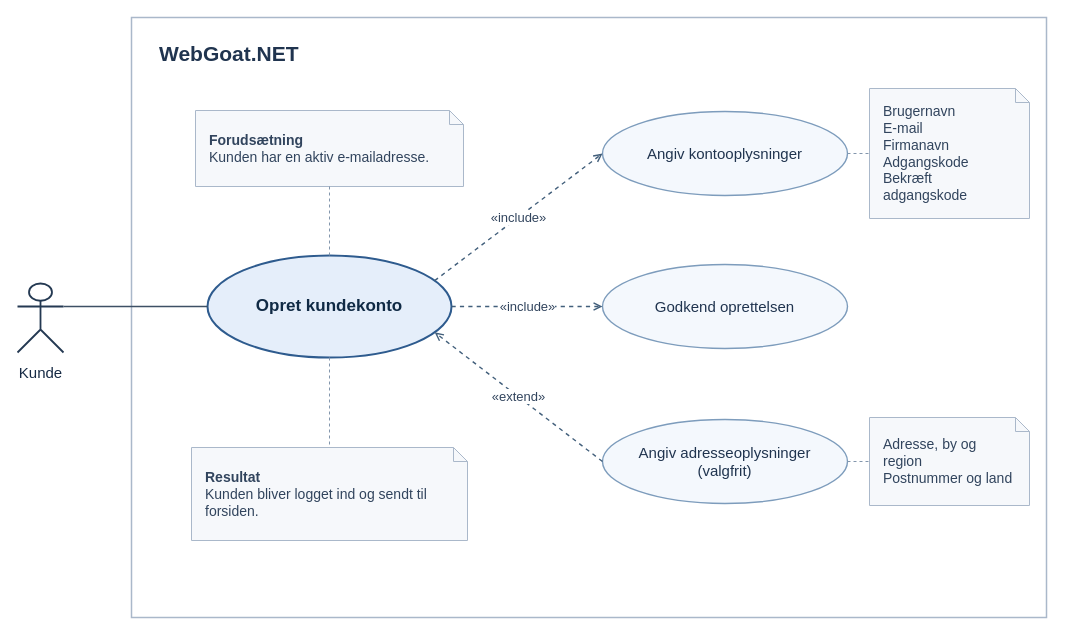
Earlier version of the draw.io diagram dokumenter/Drawio/Oprettelse af kundekonto.drawio (MagnusMadsen/Software_sikkerhed_eksamen). Source tidied: cells renumbered, new cells numbered last; positions are measured from the earlier drawing's top-left corner, leaving out a move shared by most shapes. Both pictures are drawn from the tidied source at 100%, with x=0, y=0 at pixel (17, 17).
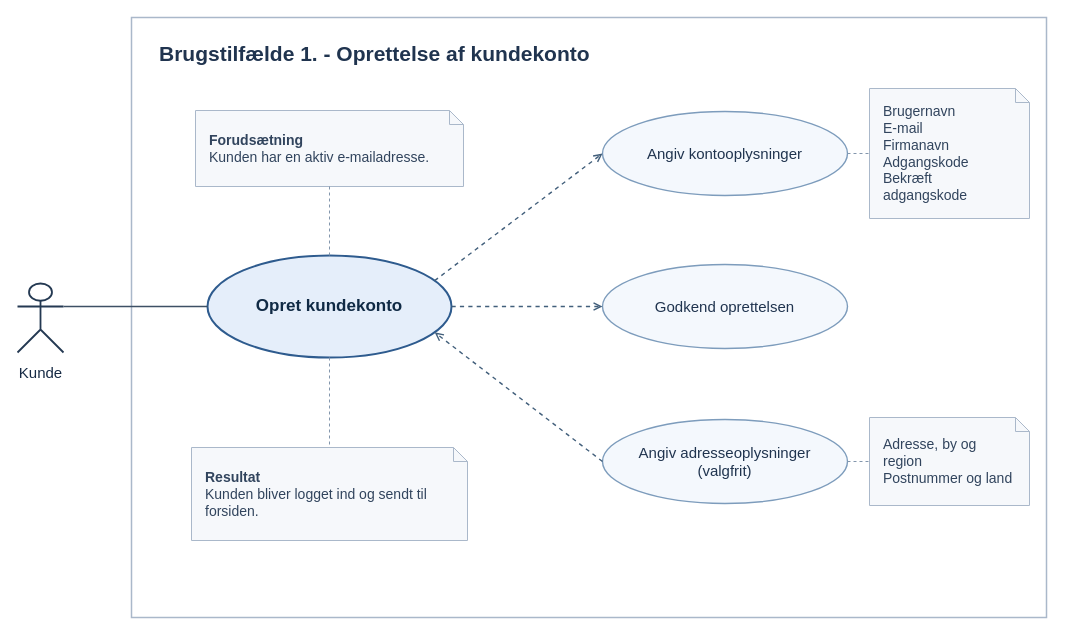
Above is the later version.

Commit message (it also covers changes not shown here):
updatering af drawio brugstilfælde

The change refers to these unchanged cells:
```xml
<mxCell id="5" value="Opret kundekonto" style="ellipse;whiteSpace=wrap;html=1;fillColor=#E5EEFA;strokeColor=#2E5B8E;strokeWidth=2;fontColor=#102A45;fontStyle=1;fontSize=17;" parent="1" vertex="1">
  <mxGeometry x="190" y="238" width="244" height="102" as="geometry" />
</mxCell>
<mxCell id="6" value="Angiv kontooplysninger" style="ellipse;whiteSpace=wrap;html=1;fillColor=#F4F8FD;strokeColor=#7D9CBC;strokeWidth=1.4;fontColor=#20344F;fontSize=15;" parent="1" vertex="1">
  <mxGeometry x="585" y="94" width="245" height="84" as="geometry" />
</mxCell>
<mxCell id="7" value="Godkend oprettelsen" style="ellipse;whiteSpace=wrap;html=1;fillColor=#F4F8FD;strokeColor=#7D9CBC;strokeWidth=1.4;fontColor=#20344F;fontSize=15;" parent="1" vertex="1">
  <mxGeometry x="585" y="247" width="245" height="84" as="geometry" />
</mxCell>
<mxCell id="8" value="Angiv adresseoplysninger&lt;br&gt;(valgfrit)" style="ellipse;whiteSpace=wrap;html=1;fillColor=#F4F8FD;strokeColor=#7D9CBC;strokeWidth=1.4;fontColor=#20344F;fontSize=15;" parent="1" vertex="1">
  <mxGeometry x="585" y="402" width="245" height="84" as="geometry" />
</mxCell>
```

The edit, as a diff of the source:
```diff
@@
-    <mxCell id="3" value="WebGoat.NET" style="text;html=1;strokeColor=none;fillColor=none;align=left;verticalAlign=middle;fontSize=21;fontStyle=1;fontColor=#20344F;" parent="1" vertex="1">
-      <mxGeometry x="140" y="19" width="210" height="34" as="geometry" />
+    <mxCell id="3" value="Brugstilfælde 1. -&amp;nbsp;Oprettelse af kundekonto" style="text;html=1;strokeColor=none;fillColor=none;align=left;verticalAlign=middle;fontSize=21;fontStyle=1;fontColor=#20344F;" parent="1" vertex="1">
+      <mxGeometry x="140" y="19" width="445" height="34" as="geometry" />
     </mxCell>
@@
-    <mxCell id="14" value="«include»" style="dashed=1;endArrow=open;endFill=0;html=1;strokeColor=#425F7B;strokeWidth=1.4;fontColor=#31445D;fontSize=13;labelBackgroundColor=#FFFFFF;exitX=1;exitY=0.2;entryX=0;entryY=0.5;" parent="1" edge="1" source="5" target="6">
+    <mxCell id="14" style="dashed=1;endArrow=open;endFill=0;html=1;strokeColor=#425F7B;strokeWidth=1.4;fontColor=#31445D;fontSize=13;labelBackgroundColor=#FFFFFF;exitX=1;exitY=0.2;entryX=0;entryY=0.5;" parent="1" edge="1" source="5" target="6">
       <mxGeometry relative="1" as="geometry" />
     </mxCell>
-    <mxCell id="15" value="«include»" style="dashed=1;endArrow=open;endFill=0;html=1;strokeColor=#425F7B;strokeWidth=1.4;fontColor=#31445D;fontSize=13;labelBackgroundColor=#FFFFFF;exitX=1;exitY=0.5;entryX=0;entryY=0.5;" parent="1" edge="1" source="5" target="7">
+    <mxCell id="15" style="dashed=1;endArrow=open;endFill=0;html=1;strokeColor=#425F7B;strokeWidth=1.4;fontColor=#31445D;fontSize=13;labelBackgroundColor=#FFFFFF;exitX=1;exitY=0.5;entryX=0;entryY=0.5;" parent="1" edge="1" source="5" target="7">
       <mxGeometry relative="1" as="geometry" />
     </mxCell>
-    <mxCell id="16" value="«extend»" style="dashed=1;endArrow=open;endFill=0;html=1;strokeColor=#425F7B;strokeWidth=1.4;fontColor=#31445D;fontSize=13;labelBackgroundColor=#FFFFFF;exitX=0;exitY=0.5;entryX=1;entryY=0.8;" parent="1" edge="1" source="8" target="5">
+    <mxCell id="16" style="dashed=1;endArrow=open;endFill=0;html=1;strokeColor=#425F7B;strokeWidth=1.4;fontColor=#31445D;fontSize=13;labelBackgroundColor=#FFFFFF;exitX=0;exitY=0.5;entryX=1;entryY=0.8;" parent="1" edge="1" source="8" target="5">
       <mxGeometry relative="1" as="geometry" />
     </mxCell>
```
